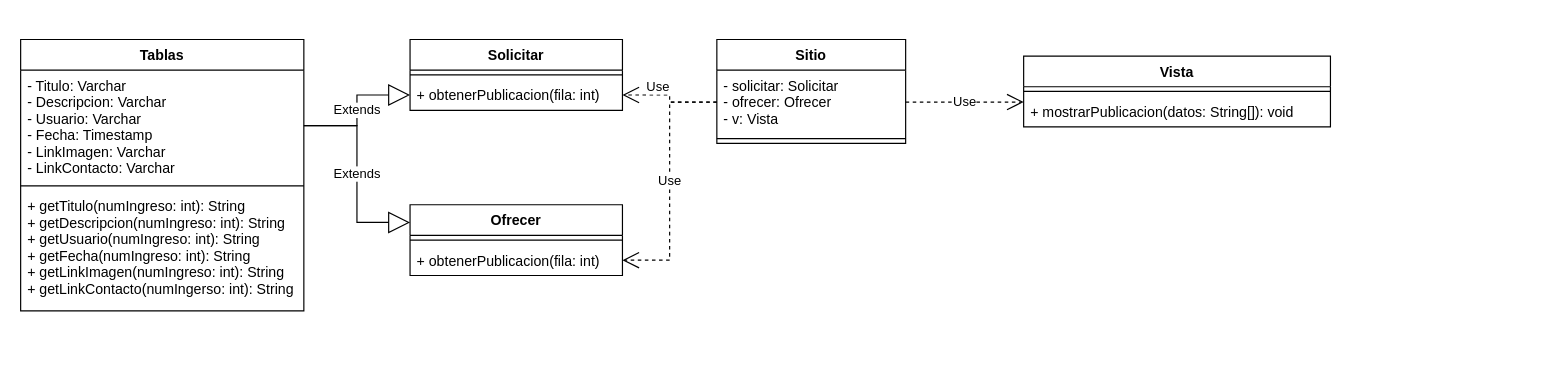
Before: Nug.get UML.drawio in FranzCastillo-zz/nug.get, a draw.io diagram. Source tidied: cells renumbered, new cells numbered last; positions are measured from the earlier drawing's top-left corner, leaving out a move shared by most shapes. Both pictures are drawn from the tidied source at 118%, with x=0, y=0 at pixel (20, 39).
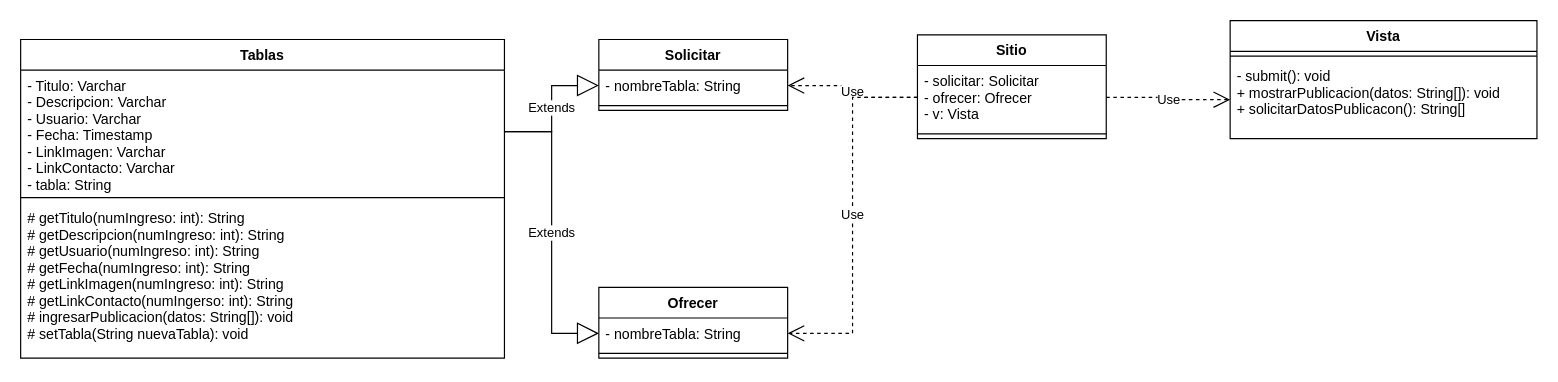
The same page after the edit.

The change refers to these unchanged cells:
```xml
<mxCell id="3" value="- solicitar: Solicitar&#10;- ofrecer: Ofrecer&#10;- v: Vista" style="text;strokeColor=none;fillColor=none;align=left;verticalAlign=top;spacingLeft=4;spacingRight=4;overflow=hidden;points=[[0,0.5],[1,0.5]];portConstraint=eastwest;" parent="2" vertex="1">
  <mxGeometry y="26" width="160" height="54" as="geometry" />
</mxCell>
```

Change to the diagram source:
```diff
@@
     <mxCell id="2" value="Sitio" style="swimlane;fontStyle=1;align=center;verticalAlign=top;horizontal=1;startSize=26;" parent="1" vertex="1">
-      <mxGeometry x="590" width="160" height="88" as="geometry" />
+      <mxGeometry x="760" y="-4" width="160" height="88" as="geometry" />
     </mxCell>
@@
     <mxCell id="5" value="Tablas" style="swimlane;fontStyle=1;align=center;verticalAlign=top;horizontal=1;startSize=26;" parent="1" vertex="1">
-      <mxGeometry width="240" height="230" as="geometry" />
+      <mxGeometry width="410" height="270" as="geometry" />
     </mxCell>
-    <mxCell id="6" value="- Titulo: Varchar&#10;- Descripcion: Varchar&#10;- Usuario: Varchar&#10;- Fecha: Timestamp&#10;- LinkImagen: Varchar&#10;- LinkContacto: Varchar" style="text;strokeColor=none;fillColor=none;align=left;verticalAlign=top;spacingLeft=4;spacingRight=4;overflow=hidden;points=[[0,0.5],[1,0.5]];portConstraint=eastwest;" parent="5" vertex="1">
-      <mxGeometry y="26" width="240" height="94" as="geometry" />
+    <mxCell id="6" value="- Titulo: Varchar&#10;- Descripcion: Varchar&#10;- Usuario: Varchar&#10;- Fecha: Timestamp&#10;- LinkImagen: Varchar&#10;- LinkContacto: Varchar&#10;- tabla: String" style="text;strokeColor=none;fillColor=none;align=left;verticalAlign=top;spacingLeft=4;spacingRight=4;overflow=hidden;points=[[0,0.5],[1,0.5]];portConstraint=eastwest;" parent="5" vertex="1">
+      <mxGeometry y="26" width="410" height="104" as="geometry" />
     </mxCell>
     <mxCell id="7" style="line;strokeWidth=1;fillColor=none;align=left;verticalAlign=middle;spacingTop=-1;spacingLeft=3;spacingRight=3;labelPosition=right;" parent="5" vertex="1">
-      <mxGeometry y="120" width="240" height="8" as="geometry" />
+      <mxGeometry y="130" width="410" height="8" as="geometry" />
     </mxCell>
-    <mxCell id="8" value="+ getTitulo(numIngreso: int): String&#10;+ getDescripcion(numIngreso: int): String&#10;+ getUsuario(numIngreso: int): String&#10;+ getFecha(numIngreso: int): String&#10;+ getLinkImagen(numIngreso: int): String&#10;+ getLinkContacto(numIngerso: int): String" style="text;strokeColor=none;fillColor=none;align=left;verticalAlign=top;spacingLeft=4;spacingRight=4;overflow=hidden;" parent="5" vertex="1">
-      <mxGeometry y="128" width="240" height="102" as="geometry" />
+    <mxCell id="8" value="# getTitulo(numIngreso: int): String&#10;# getDescripcion(numIngreso: int): String&#10;# getUsuario(numIngreso: int): String&#10;# getFecha(numIngreso: int): String&#10;# getLinkImagen(numIngreso: int): String&#10;# getLinkContacto(numIngerso: int): String&#10;# ingresarPublicacion(datos: String[]): void&#10;# setTabla(String nuevaTabla): void" style="text;strokeColor=none;fillColor=none;align=left;verticalAlign=top;spacingLeft=4;spacingRight=4;overflow=hidden;" parent="5" vertex="1">
+      <mxGeometry y="138" width="410" height="132" as="geometry" />
     </mxCell>
-    <mxCell id="9" value="Ofrecer" style="swimlane;fontStyle=1;align=center;verticalAlign=top;horizontal=1;startSize=26;" parent="1" vertex="1">
-      <mxGeometry x="330" y="140" width="180" height="60" as="geometry" />
-    </mxCell>
-    <mxCell id="10" style="line;strokeWidth=1;fillColor=none;align=left;verticalAlign=middle;spacingTop=-1;spacingLeft=3;spacingRight=3;labelPosition=right;" parent="9" vertex="1">
-      <mxGeometry y="26" width="180" height="8" as="geometry" />
-    </mxCell>
-    <mxCell id="11" value="+ obtenerPublicacion(fila: int)" style="text;strokeColor=none;fillColor=none;align=left;verticalAlign=top;spacingLeft=4;spacingRight=4;overflow=hidden;points=[[0,0.5],[1,0.5]];portConstraint=eastwest;" parent="9" vertex="1">
-      <mxGeometry y="34" width="180" height="26" as="geometry" />
-    </mxCell>
-    <mxCell id="12" value="Solicitar" style="swimlane;fontStyle=1;align=center;verticalAlign=top;horizontal=1;startSize=26;" parent="1" vertex="1">
-      <mxGeometry x="330" width="180" height="60" as="geometry" />
-    </mxCell>
-    <mxCell id="13" style="line;strokeWidth=1;fillColor=none;align=left;verticalAlign=middle;spacingTop=-1;spacingLeft=3;spacingRight=3;labelPosition=right;" parent="12" vertex="1">
-      <mxGeometry y="26" width="180" height="8" as="geometry" />
-    </mxCell>
-    <mxCell id="14" value="+ obtenerPublicacion(fila: int)" style="text;strokeColor=none;fillColor=none;align=left;verticalAlign=top;spacingLeft=4;spacingRight=4;overflow=hidden;points=[[0,0.5],[1,0.5]];portConstraint=eastwest;" parent="12" vertex="1">
-      <mxGeometry y="34" width="180" height="26" as="geometry" />
-    </mxCell>
     <mxCell id="15" value="Vista" style="swimlane;fontStyle=1;align=center;verticalAlign=top;horizontal=1;startSize=26;" parent="1" vertex="1">
-      <mxGeometry x="850" y="14" width="260" height="60" as="geometry" />
+      <mxGeometry x="1025" y="-16" width="260" height="100" as="geometry" />
     </mxCell>
@@
-    <mxCell id="17" value="+ mostrarPublicacion(datos: String[]): void" style="text;strokeColor=none;fillColor=none;align=left;verticalAlign=top;spacingLeft=4;spacingRight=4;overflow=hidden;points=[[0,0.5],[1,0.5]];portConstraint=eastwest;" parent="15" vertex="1">
-      <mxGeometry y="34" width="260" height="26" as="geometry" />
+    <mxCell id="17" value="- submit(): void&#10;+ mostrarPublicacion(datos: String[]): void&#10;+ solicitarDatosPublicacon(): String[]" style="text;strokeColor=none;fillColor=none;align=left;verticalAlign=top;spacingLeft=4;spacingRight=4;overflow=hidden;points=[[0,0.5],[1,0.5]];portConstraint=eastwest;" parent="15" vertex="1">
+      <mxGeometry y="34" width="260" height="66" as="geometry" />
     </mxCell>
-    <mxCell id="18" value="Use" style="endArrow=open;endSize=12;dashed=1;html=1;rounded=0;edgeStyle=orthogonalEdgeStyle;exitX=0;exitY=0.5;exitDx=0;exitDy=0;entryX=1;entryY=0.5;entryDx=0;entryDy=0;" parent="1" edge="1" source="3" target="14">
-      <mxGeometry x="0.3" y="-7" relative="1" as="geometry" />
-    </mxCell>
-    <mxCell id="19" value="Use" style="endArrow=open;endSize=12;dashed=1;html=1;rounded=0;edgeStyle=orthogonalEdgeStyle;exitX=0;exitY=0.5;exitDx=0;exitDy=0;entryX=1;entryY=0.5;entryDx=0;entryDy=0;" parent="1" edge="1" source="3" target="11">
-      <mxGeometry relative="1" as="geometry" />
-    </mxCell>
-    <mxCell id="20" value="Extends" style="endArrow=block;endSize=16;endFill=0;html=1;rounded=0;edgeStyle=orthogonalEdgeStyle;exitX=1;exitY=0.5;exitDx=0;exitDy=0;entryX=0;entryY=0.5;entryDx=0;entryDy=0;" parent="1" edge="1" source="6" target="14">
-      <mxGeometry relative="1" as="geometry" />
-    </mxCell>
-    <mxCell id="21" value="Extends" style="endArrow=block;endSize=16;endFill=0;html=1;rounded=0;edgeStyle=orthogonalEdgeStyle;exitX=1;exitY=0.5;exitDx=0;exitDy=0;entryX=0;entryY=0.25;entryDx=0;entryDy=0;" parent="1" edge="1" source="6" target="9">
-      <mxGeometry relative="1" as="geometry" />
-    </mxCell>
+    <mxCell id="12" value="Solicitar" style="swimlane;fontStyle=1;align=center;verticalAlign=top;horizontal=1;startSize=26;" parent="1" vertex="1">
+      <mxGeometry x="490" width="160" height="60" as="geometry" />
+    </mxCell>
+    <mxCell id="23" value="- nombreTabla: String" style="text;strokeColor=none;fillColor=none;align=left;verticalAlign=top;spacingLeft=4;spacingRight=4;overflow=hidden;points=[[0,0.5],[1,0.5]];portConstraint=eastwest;" parent="12" vertex="1">
+      <mxGeometry y="26" width="160" height="26" as="geometry" />
+    </mxCell>
+    <mxCell id="24" style="line;strokeWidth=1;fillColor=none;align=left;verticalAlign=middle;spacingTop=-1;spacingLeft=3;spacingRight=3;labelPosition=right;" parent="12" vertex="1">
+      <mxGeometry y="52" width="160" height="8" as="geometry" />
+    </mxCell>
+    <mxCell id="9" value="Ofrecer" style="swimlane;fontStyle=1;align=center;verticalAlign=top;horizontal=1;startSize=26;" parent="1" vertex="1">
+      <mxGeometry x="490" y="210" width="160" height="60" as="geometry" />
+    </mxCell>
+    <mxCell id="25" value="- nombreTabla: String" style="text;strokeColor=none;fillColor=none;align=left;verticalAlign=top;spacingLeft=4;spacingRight=4;overflow=hidden;points=[[0,0.5],[1,0.5]];portConstraint=eastwest;" parent="9" vertex="1">
+      <mxGeometry y="26" width="160" height="26" as="geometry" />
+    </mxCell>
+    <mxCell id="26" style="line;strokeWidth=1;fillColor=none;align=left;verticalAlign=middle;spacingTop=-1;spacingLeft=3;spacingRight=3;labelPosition=right;" parent="9" vertex="1">
+      <mxGeometry y="52" width="160" height="8" as="geometry" />
+    </mxCell>
+    <mxCell id="27" value="Use" style="endArrow=open;endSize=12;dashed=1;html=1;rounded=0;edgeStyle=orthogonalEdgeStyle;exitX=0;exitY=0.5;exitDx=0;exitDy=0;entryX=1;entryY=0.5;entryDx=0;entryDy=0;" parent="1" edge="1" source="3" target="23">
+      <mxGeometry relative="1" as="geometry" />
+    </mxCell>
+    <mxCell id="28" value="Use" style="endArrow=open;endSize=12;dashed=1;html=1;rounded=0;edgeStyle=orthogonalEdgeStyle;entryX=1;entryY=0.5;entryDx=0;entryDy=0;exitX=0;exitY=0.5;exitDx=0;exitDy=0;" parent="1" edge="1" source="3" target="25">
+      <mxGeometry relative="1" as="geometry" />
+    </mxCell>
+    <mxCell id="29" value="Extends" style="endArrow=block;endSize=16;endFill=0;html=1;rounded=0;edgeStyle=orthogonalEdgeStyle;exitX=1;exitY=0.5;exitDx=0;exitDy=0;entryX=0;entryY=0.5;entryDx=0;entryDy=0;" parent="1" edge="1" source="6" target="23">
+      <mxGeometry relative="1" as="geometry" />
+    </mxCell>
+    <mxCell id="30" value="Extends" style="endArrow=block;endSize=16;endFill=0;html=1;rounded=0;edgeStyle=orthogonalEdgeStyle;exitX=1;exitY=0.5;exitDx=0;exitDy=0;entryX=0;entryY=0.5;entryDx=0;entryDy=0;" parent="1" edge="1" source="6" target="25">
+      <mxGeometry relative="1" as="geometry" />
+    </mxCell>
-    <mxCell id="22" value="Use" style="endArrow=open;endSize=12;dashed=1;html=1;rounded=0;edgeStyle=orthogonalEdgeStyle;exitX=1;exitY=0.5;exitDx=0;exitDy=0;entryX=0;entryY=0.5;entryDx=0;entryDy=0;" parent="1" edge="1" source="3">
-      <mxGeometry relative="1" as="geometry">
-        <mxPoint x="850" y="53" as="targetPoint" />
-      </mxGeometry>
+    <mxCell id="22" value="Use" style="endArrow=open;endSize=12;dashed=1;html=1;rounded=0;edgeStyle=orthogonalEdgeStyle;exitX=1;exitY=0.5;exitDx=0;exitDy=0;entryX=0;entryY=0.5;entryDx=0;entryDy=0;" parent="1" edge="1" source="3" target="17">
+      <mxGeometry relative="1" as="geometry" />
     </mxCell>
```
